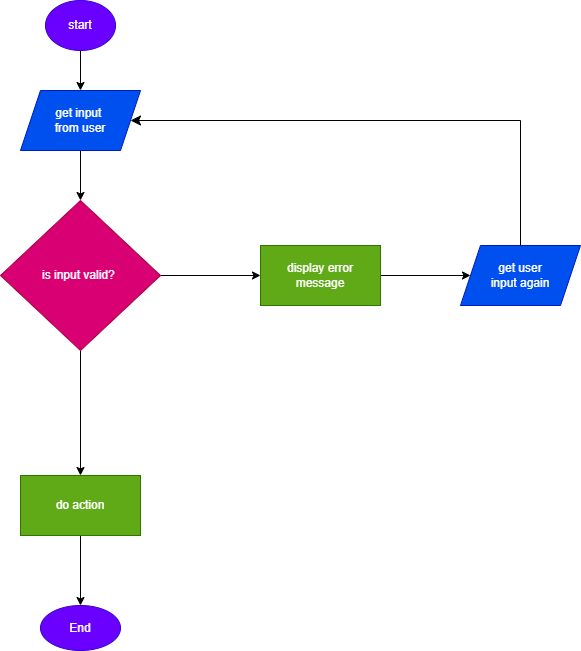
Kate-Zilla/testingDraw.IO keeps this draw.io diagram as test.png. Above is the earlier version. Source tidied: cells renumbered, new cells last; positions are measured from the earlier drawing's top-left corner, leaving out a move shared by most shapes. Its diagram source:
```xml
<mxGraphModel>
  <root>
    <mxCell id="0" />
    <mxCell id="1" parent="0" />
    <mxCell id="2" style="edgeStyle=none;html=1;" parent="1" edge="1" source="3" target="5">
      <mxGeometry relative="1" as="geometry" />
    </mxCell>
    <mxCell id="3" value="start" style="ellipse;whiteSpace=wrap;html=1;fillColor=#6a00ff;fontColor=#ffffff;strokeColor=#3700CC;" parent="1" vertex="1">
      <mxGeometry x="45" width="70" height="50" as="geometry" />
    </mxCell>
    <mxCell id="4" style="edgeStyle=none;html=1;" parent="1" edge="1" source="5" target="8">
      <mxGeometry relative="1" as="geometry" />
    </mxCell>
    <mxCell id="5" value="get input&amp;nbsp;&lt;br&gt;from user" style="shape=parallelogram;perimeter=parallelogramPerimeter;whiteSpace=wrap;html=1;fixedSize=1;fillColor=#0050ef;fontColor=#ffffff;strokeColor=#001DBC;" parent="1" vertex="1">
      <mxGeometry x="20" y="90" width="120" height="60" as="geometry" />
    </mxCell>
    <mxCell id="6" style="edgeStyle=none;html=1;" parent="1" edge="1" source="8" target="10">
      <mxGeometry relative="1" as="geometry" />
    </mxCell>
    <mxCell id="7" style="edgeStyle=none;html=1;" parent="1" edge="1" source="8" target="14">
      <mxGeometry relative="1" as="geometry" />
    </mxCell>
    <mxCell id="8" value="is input valid?&amp;nbsp;" style="rhombus;whiteSpace=wrap;html=1;fillColor=#d80073;fontColor=#ffffff;strokeColor=#A50040;" parent="1" vertex="1">
      <mxGeometry y="200" width="160" height="150" as="geometry" />
    </mxCell>
    <mxCell id="9" style="edgeStyle=none;html=1;" parent="1" edge="1" source="10" target="11">
      <mxGeometry relative="1" as="geometry" />
    </mxCell>
    <mxCell id="10" value="display error message" style="whiteSpace=wrap;html=1;fillColor=#60a917;fontColor=#ffffff;strokeColor=#2D7600;" parent="1" vertex="1">
      <mxGeometry x="260" y="245" width="120" height="60" as="geometry" />
    </mxCell>
    <mxCell id="11" value="get user &lt;br&gt;input again" style="shape=parallelogram;perimeter=parallelogramPerimeter;whiteSpace=wrap;html=1;fixedSize=1;fillColor=#0050ef;fontColor=#ffffff;strokeColor=#001DBC;" parent="1" vertex="1">
      <mxGeometry x="460" y="245" width="120" height="60" as="geometry" />
    </mxCell>
    <mxCell id="12" style="edgeStyle=segmentEdgeStyle;endArrow=classic;html=1;curved=0;rounded=0;endSize=8;startSize=8;exitX=0.5;exitY=0;exitDx=0;exitDy=0;entryX=1;entryY=0.5;entryDx=0;entryDy=0;" parent="1" edge="1" source="11" target="5">
      <mxGeometry relative="1" as="geometry">
        <Array as="points">
          <mxPoint x="520" y="120" />
        </Array>
      </mxGeometry>
    </mxCell>
    <mxCell id="13" style="edgeStyle=none;html=1;" parent="1" edge="1" source="14" target="15">
      <mxGeometry relative="1" as="geometry" />
    </mxCell>
    <mxCell id="14" value="do action" style="whiteSpace=wrap;html=1;fillColor=#60a917;fontColor=#ffffff;strokeColor=#2D7600;" parent="1" vertex="1">
      <mxGeometry x="20" y="475" width="120" height="60" as="geometry" />
    </mxCell>
    <mxCell id="15" value="End" style="ellipse;whiteSpace=wrap;html=1;fillColor=#6a00ff;fontColor=#ffffff;strokeColor=#3700CC;" parent="1" vertex="1">
      <mxGeometry x="40" y="605" width="80" height="45" as="geometry" />
    </mxCell>
  </root>
</mxGraphModel>
```
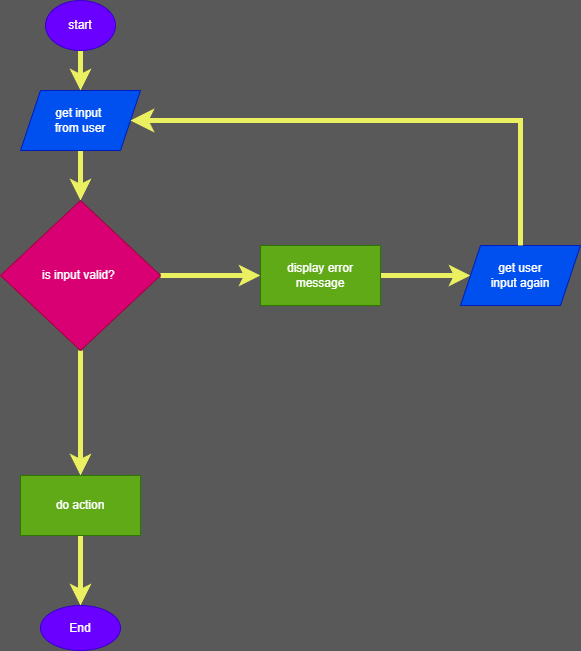
Above is the later version.

Change to the diagram source:
```diff
@@ -1,29 +1,29 @@
-<mxGraphModel>
+<mxGraphModel background="#595959">
   <root>
     <mxCell id="0" />
     <mxCell id="1" parent="0" />
-    <mxCell id="2" style="edgeStyle=none;html=1;" parent="1" edge="1" source="3" target="5">
+    <mxCell id="2" style="edgeStyle=none;html=1;strokeWidth=5;strokeColor=#EBF060;" parent="1" edge="1" source="3" target="5">
       <mxGeometry relative="1" as="geometry" />
     </mxCell>
     <mxCell id="3" value="start" style="ellipse;whiteSpace=wrap;html=1;fillColor=#6a00ff;fontColor=#ffffff;strokeColor=#3700CC;" parent="1" vertex="1">
       <mxGeometry x="45" width="70" height="50" as="geometry" />
     </mxCell>
-    <mxCell id="4" style="edgeStyle=none;html=1;" parent="1" edge="1" source="5" target="8">
+    <mxCell id="4" style="edgeStyle=none;html=1;strokeWidth=5;strokeColor=#EBF060;" parent="1" edge="1" source="5" target="8">
       <mxGeometry relative="1" as="geometry" />
     </mxCell>
     <mxCell id="5" value="get input&amp;nbsp;&lt;br&gt;from user" style="shape=parallelogram;perimeter=parallelogramPerimeter;whiteSpace=wrap;html=1;fixedSize=1;fillColor=#0050ef;fontColor=#ffffff;strokeColor=#001DBC;" parent="1" vertex="1">
       <mxGeometry x="20" y="90" width="120" height="60" as="geometry" />
     </mxCell>
-    <mxCell id="6" style="edgeStyle=none;html=1;" parent="1" edge="1" source="8" target="10">
+    <mxCell id="6" style="edgeStyle=none;html=1;strokeWidth=5;strokeColor=#EBF060;" parent="1" edge="1" source="8" target="10">
       <mxGeometry relative="1" as="geometry" />
     </mxCell>
-    <mxCell id="7" style="edgeStyle=none;html=1;" parent="1" edge="1" source="8" target="14">
+    <mxCell id="7" style="edgeStyle=none;html=1;strokeWidth=5;strokeColor=#EBF060;" parent="1" edge="1" source="8" target="14">
       <mxGeometry relative="1" as="geometry" />
     </mxCell>
     <mxCell id="8" value="is input valid?&amp;nbsp;" style="rhombus;whiteSpace=wrap;html=1;fillColor=#d80073;fontColor=#ffffff;strokeColor=#A50040;" parent="1" vertex="1">
       <mxGeometry y="200" width="160" height="150" as="geometry" />
     </mxCell>
-    <mxCell id="9" style="edgeStyle=none;html=1;" parent="1" edge="1" source="10" target="11">
+    <mxCell id="9" style="edgeStyle=none;html=1;strokeWidth=5;strokeColor=#EBF060;" parent="1" edge="1" source="10" target="11">
       <mxGeometry relative="1" as="geometry" />
     </mxCell>
     <mxCell id="10" value="display error message" style="whiteSpace=wrap;html=1;fillColor=#60a917;fontColor=#ffffff;strokeColor=#2D7600;" parent="1" vertex="1">
@@ -32,14 +32,14 @@
     <mxCell id="11" value="get user &lt;br&gt;input again" style="shape=parallelogram;perimeter=parallelogramPerimeter;whiteSpace=wrap;html=1;fixedSize=1;fillColor=#0050ef;fontColor=#ffffff;strokeColor=#001DBC;" parent="1" vertex="1">
       <mxGeometry x="460" y="245" width="120" height="60" as="geometry" />
     </mxCell>
-    <mxCell id="12" style="edgeStyle=segmentEdgeStyle;endArrow=classic;html=1;curved=0;rounded=0;endSize=8;startSize=8;exitX=0.5;exitY=0;exitDx=0;exitDy=0;entryX=1;entryY=0.5;entryDx=0;entryDy=0;" parent="1" edge="1" source="11" target="5">
+    <mxCell id="12" style="edgeStyle=segmentEdgeStyle;endArrow=classic;html=1;curved=0;rounded=0;endSize=8;startSize=8;exitX=0.5;exitY=0;exitDx=0;exitDy=0;entryX=1;entryY=0.5;entryDx=0;entryDy=0;strokeWidth=5;strokeColor=#EBF060;" parent="1" edge="1" source="11" target="5">
       <mxGeometry relative="1" as="geometry">
         <Array as="points">
           <mxPoint x="520" y="120" />
         </Array>
       </mxGeometry>
     </mxCell>
-    <mxCell id="13" style="edgeStyle=none;html=1;" parent="1" edge="1" source="14" target="15">
+    <mxCell id="13" style="edgeStyle=none;html=1;strokeWidth=5;strokeColor=#EBF060;" parent="1" edge="1" source="14" target="15">
       <mxGeometry relative="1" as="geometry" />
     </mxCell>
     <mxCell id="14" value="do action" style="whiteSpace=wrap;html=1;fillColor=#60a917;fontColor=#ffffff;strokeColor=#2D7600;" parent="1" vertex="1">
```
